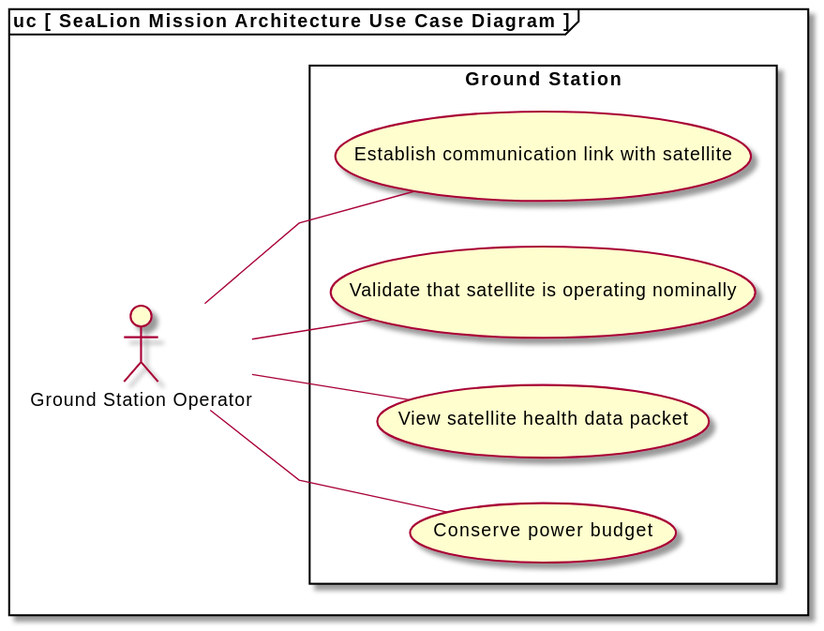
This is use-case-diagram.svg from capsulecorplab/flight-software, a PlantUML export, as it was before one commit. Its source is kept beside it as use-case-diagram.puml.
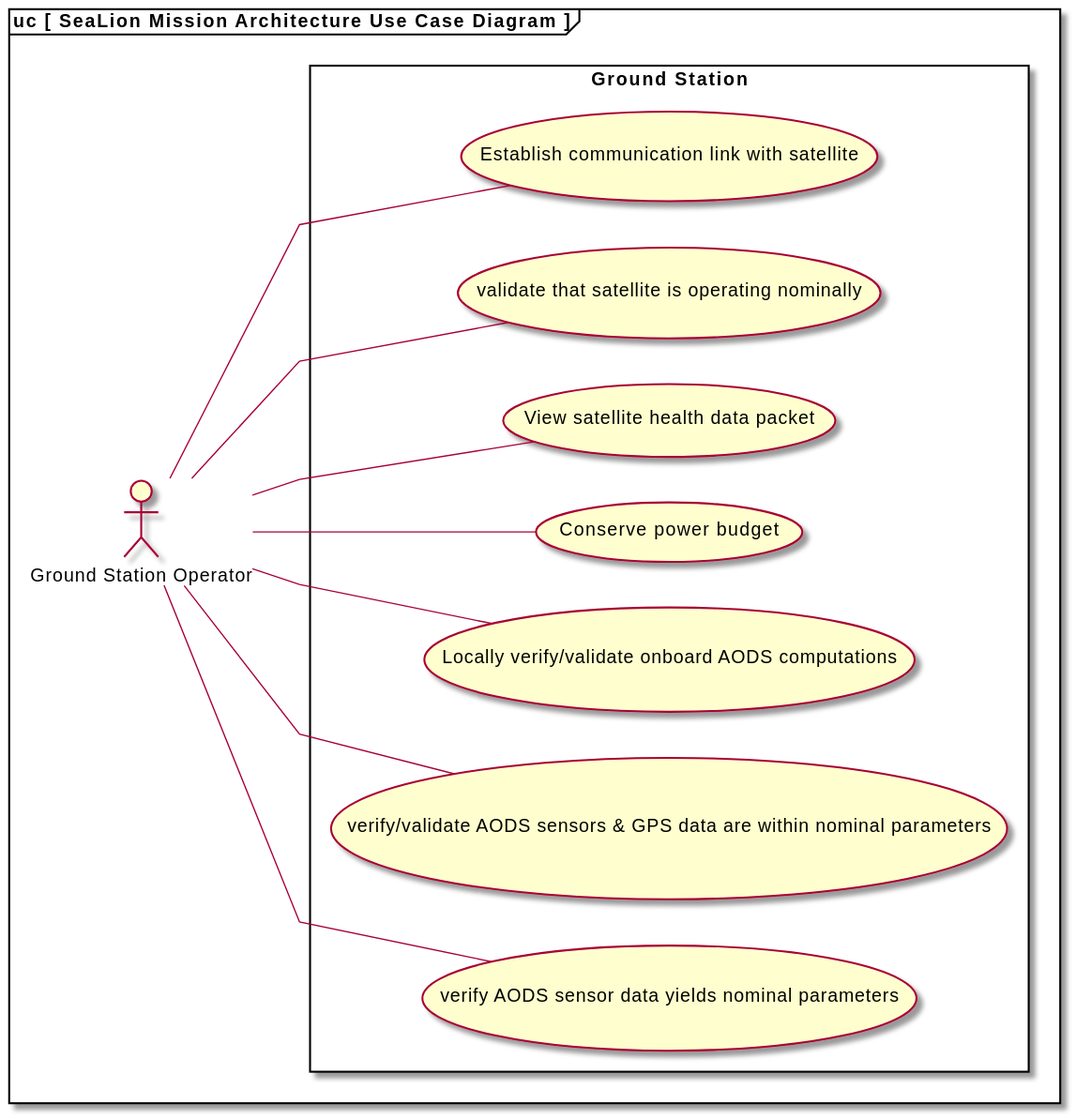
The same diagram one commit later.

What changed in the source:
```diff
@@ -10,11 +10,17 @@
 
         (Establish communication link with satellite)
 
-        (Validate that satellite is operating nominally)
+        (validate that satellite is operating nominally)
 
         (View satellite health data packet)
 
         (Conserve power budget)
+
+        (Locally verify/validate onboard AODS computations)
+
+        (verify/validate AODS sensors & GPS data are within nominal parameters)
+
+        (verify AODS sensor data yields nominal parameters)
 
 
     }
@@ -22,12 +28,18 @@
 
     :Ground Station Operator: -- (Establish communication link with satellite)
 
-    :Ground Station Operator: -- (Validate that satellite is operating nominally)
+    :Ground Station Operator: -- (validate that satellite is operating nominally)
 
     :Ground Station Operator: -- (View satellite health data packet)
 
     :Ground Station Operator: -- (Conserve power budget)
 
+    :Ground Station Operator: -- (Locally verify/validate onboard AODS computations)
+
+    :Ground Station Operator: -- (verify/validate AODS sensors & GPS data are within nominal parameters)
+
+    :Ground Station Operator: -- (verify AODS sensor data yields nominal parameters)
+
 
 }
 @enduml
```
